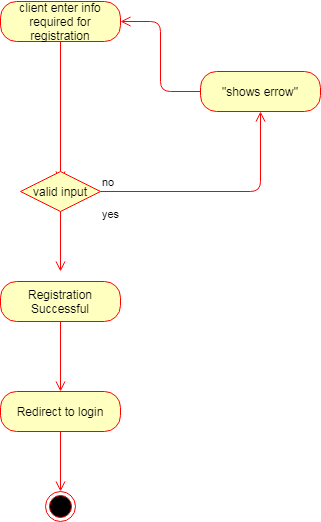
Before: Diagrams/Activity Diagrams/Client/Untitled Diagram.png, a diagram exported from draw.io (kkasharaj17/SE-project). Source tidied: cells renumbered, new cells last; positions are measured from the earlier drawing's top-left corner, leaving out a move shared by most shapes.
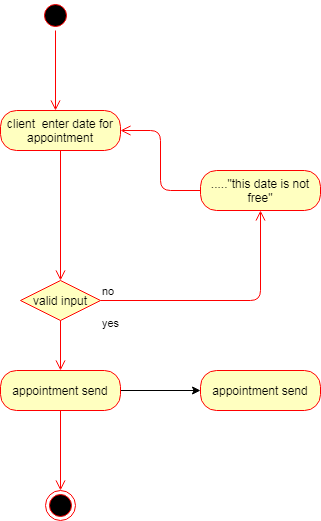
The same diagram one commit later.

Diff of the diagram source:
```diff
@@ -2,8 +2,8 @@
   <root>
     <mxCell id="0" />
     <mxCell id="1" parent="0" />
-    <mxCell id="2" value="client enter info required for registration" style="rounded=1;whiteSpace=wrap;html=1;arcSize=40;fontColor=#000000;fillColor=#ffffc0;strokeColor=#ff0000;" parent="1" vertex="1">
-      <mxGeometry width="120" height="40" as="geometry" />
+    <mxCell id="2" value="client&amp;nbsp; enter date for appointment" style="rounded=1;whiteSpace=wrap;html=1;arcSize=40;fontColor=#000000;fillColor=#ffffc0;strokeColor=#ff0000;" parent="1" vertex="1">
+      <mxGeometry y="10" width="120" height="40" as="geometry" />
     </mxCell>
     <mxCell id="3" style="edgeStyle=orthogonalEdgeStyle;html=1;verticalAlign=bottom;endArrow=open;endSize=8;strokeColor=#ff0000;" parent="1" edge="1" source="2">
       <mxGeometry relative="1" as="geometry">
@@ -11,7 +11,7 @@
       </mxGeometry>
     </mxCell>
     <mxCell id="4" value="valid input" style="rhombus;whiteSpace=wrap;html=1;fillColor=#ffffc0;strokeColor=#ff0000;" parent="1" vertex="1">
-      <mxGeometry x="20" y="170" width="80" height="40" as="geometry" />
+      <mxGeometry x="20" y="180" width="80" height="40" as="geometry" />
     </mxCell>
     <mxCell id="5" value="no" style="edgeStyle=orthogonalEdgeStyle;html=1;align=left;verticalAlign=bottom;endArrow=open;endSize=8;strokeColor=#ff0000;entryX=0.5;entryY=1;entryDx=0;entryDy=0;" parent="1" edge="1" source="4" target="7">
       <mxGeometry x="-1" relative="1" as="geometry" />
@@ -22,30 +22,36 @@
         <mxPoint x="-1" y="-10" as="offset" />
       </mxGeometry>
     </mxCell>
-    <mxCell id="7" value="&quot;shows errow&quot;" style="rounded=1;whiteSpace=wrap;html=1;arcSize=40;fontColor=#000000;fillColor=#ffffc0;strokeColor=#ff0000;" parent="1" vertex="1">
+    <mxCell id="7" value=".....&quot;this date is not free&quot;" style="rounded=1;whiteSpace=wrap;html=1;arcSize=40;fontColor=#000000;fillColor=#ffffc0;strokeColor=#ff0000;" parent="1" vertex="1">
       <mxGeometry x="200" y="70" width="120" height="40" as="geometry" />
     </mxCell>
     <mxCell id="8" style="edgeStyle=orthogonalEdgeStyle;html=1;verticalAlign=bottom;endArrow=open;endSize=8;strokeColor=#ff0000;entryX=1;entryY=0.5;entryDx=0;entryDy=0;" parent="1" edge="1" source="7" target="2">
       <mxGeometry relative="1" as="geometry" />
     </mxCell>
+    <mxCell id="14" style="edgeStyle=orthogonalEdgeStyle;rounded=0;jettySize=auto;html=1;" parent="1" edge="1" source="9" target="15">
+      <mxGeometry relative="1" as="geometry" />
+    </mxCell>
-    <mxCell id="9" value="Registration Successful" style="rounded=1;whiteSpace=wrap;html=1;arcSize=40;fontColor=#000000;fillColor=#ffffc0;strokeColor=#ff0000;" parent="1" vertex="1">
-      <mxGeometry y="280" width="120" height="40" as="geometry" />
+    <mxCell id="9" value="appointment send" style="rounded=1;whiteSpace=wrap;html=1;arcSize=40;fontColor=#000000;fillColor=#ffffc0;strokeColor=#ff0000;" parent="1" vertex="1">
+      <mxGeometry y="270" width="120" height="40" as="geometry" />
     </mxCell>
+    <mxCell id="15" value="appointment send" style="rounded=1;whiteSpace=wrap;html=1;arcSize=40;fontColor=#000000;fillColor=#ffffc0;strokeColor=#ff0000;" parent="1" vertex="1">
+      <mxGeometry x="200" y="270" width="120" height="40" as="geometry" />
+    </mxCell>
     <mxCell id="10" style="edgeStyle=orthogonalEdgeStyle;html=1;verticalAlign=bottom;endArrow=open;endSize=8;strokeColor=#ff0000;" parent="1" edge="1" source="9">
       <mxGeometry relative="1" as="geometry">
         <mxPoint x="60" y="390" as="targetPoint" />
       </mxGeometry>
     </mxCell>
-    <mxCell id="11" value="Redirect to login" style="rounded=1;whiteSpace=wrap;html=1;arcSize=40;fontColor=#000000;fillColor=#ffffc0;strokeColor=#ff0000;" parent="1" vertex="1">
-      <mxGeometry y="390" width="120" height="40" as="geometry" />
-    </mxCell>
-    <mxCell id="12" style="edgeStyle=orthogonalEdgeStyle;html=1;verticalAlign=bottom;endArrow=open;endSize=8;strokeColor=#ff0000;" parent="1" edge="1" source="11">
-      <mxGeometry relative="1" as="geometry">
-        <mxPoint x="60" y="490" as="targetPoint" />
-      </mxGeometry>
-    </mxCell>
-    <mxCell id="13" style="ellipse;html=1;shape=endState;fillColor=#000000;strokeColor=#ff0000;" parent="1" vertex="1">
-      <mxGeometry x="45" y="490" width="30" height="30" as="geometry" />
-    </mxCell>
+    <mxCell id="16" style="ellipse;html=1;shape=startState;fillColor=#000000;strokeColor=#ff0000;" parent="1" vertex="1">
+      <mxGeometry x="40" y="-100" width="30" height="30" as="geometry" />
+    </mxCell>
+    <mxCell id="17" style="edgeStyle=orthogonalEdgeStyle;html=1;verticalAlign=bottom;endArrow=open;endSize=8;strokeColor=#ff0000;" parent="1" edge="1" source="16">
+      <mxGeometry relative="1" as="geometry">
+        <mxPoint x="55" y="10" as="targetPoint" />
+      </mxGeometry>
+    </mxCell>
+    <mxCell id="18" style="ellipse;html=1;shape=endState;fillColor=#000000;strokeColor=#ff0000;" parent="1" vertex="1">
+      <mxGeometry x="45" y="390" width="30" height="30" as="geometry" />
+    </mxCell>
   </root>
 </mxGraphModel>
```
